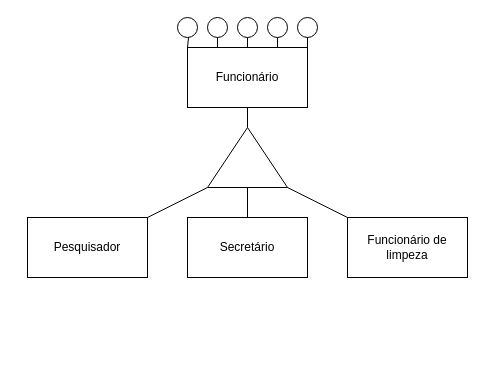
This is Lista4_18-04/Ex2.drawio from andreeeeeeeee/Engenharia_Software, a draw.io file, before an edit. Source tidied: cells renumbered, new cells numbered last; positions are measured from the earlier drawing's top-left corner, leaving out a move shared by most shapes. Both pictures are drawn from the tidied source at 100%, with x=0, y=0 at pixel (27, 17).
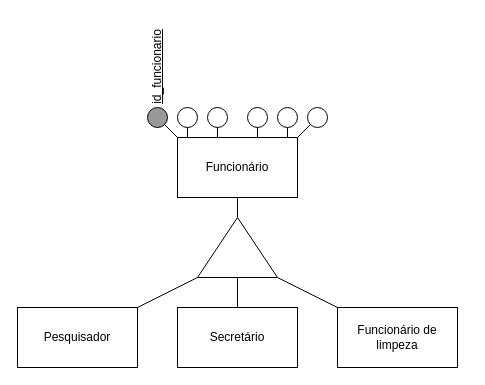
After the change.

Change to the diagram source:
```diff
@@
     <mxCell id="2" value="Funcionário" style="rounded=0;whiteSpace=wrap;html=1;" parent="1" vertex="1">
-      <mxGeometry x="160" y="30" width="120" height="60" as="geometry" />
+      <mxGeometry x="150" y="120" width="120" height="60" as="geometry" />
     </mxCell>
     <mxCell id="3" style="triangle;whiteSpace=wrap;html=1;rotation=-90;" parent="1" vertex="1">
-      <mxGeometry x="190" y="100" width="60" height="80" as="geometry" />
+      <mxGeometry x="180" y="190" width="60" height="80" as="geometry" />
     </mxCell>
@@
     <mxCell id="5" value="Pesquisador" style="rounded=0;whiteSpace=wrap;html=1;" parent="1" vertex="1">
-      <mxGeometry y="200" width="120" height="60" as="geometry" />
+      <mxGeometry x="-10" y="290" width="120" height="60" as="geometry" />
     </mxCell>
     <mxCell id="6" value="Secretário" style="rounded=0;whiteSpace=wrap;html=1;" parent="1" vertex="1">
-      <mxGeometry x="160" y="200" width="120" height="60" as="geometry" />
+      <mxGeometry x="150" y="290" width="120" height="60" as="geometry" />
     </mxCell>
     <mxCell id="7" value="Funcionário de limpeza" style="rounded=0;whiteSpace=wrap;html=1;" parent="1" vertex="1">
-      <mxGeometry x="320" y="200" width="120" height="60" as="geometry" />
+      <mxGeometry x="310" y="290" width="120" height="60" as="geometry" />
     </mxCell>
@@
-    <mxCell id="11" style="ellipse;whiteSpace=wrap;html=1;" parent="1" vertex="1">
-      <mxGeometry x="150" width="20" height="20" as="geometry" />
+    <mxCell id="11" style="ellipse;whiteSpace=wrap;html=1;fillColor=#999999;" parent="1" vertex="1">
+      <mxGeometry x="120" y="90" width="20" height="20" as="geometry" />
     </mxCell>
     <mxCell id="12" style="ellipse;whiteSpace=wrap;html=1;" parent="1" vertex="1">
-      <mxGeometry x="270" width="20" height="20" as="geometry" />
+      <mxGeometry x="250" y="90" width="20" height="20" as="geometry" />
     </mxCell>
     <mxCell id="13" style="ellipse;whiteSpace=wrap;html=1;" parent="1" vertex="1">
-      <mxGeometry x="210" width="20" height="20" as="geometry" />
+      <mxGeometry x="180" y="90" width="20" height="20" as="geometry" />
     </mxCell>
     <mxCell id="14" style="ellipse;whiteSpace=wrap;html=1;" parent="1" vertex="1">
-      <mxGeometry x="180" width="20" height="20" as="geometry" />
+      <mxGeometry x="150" y="90" width="20" height="20" as="geometry" />
     </mxCell>
     <mxCell id="15" style="ellipse;whiteSpace=wrap;html=1;" parent="1" vertex="1">
-      <mxGeometry x="240" width="20" height="20" as="geometry" />
+      <mxGeometry x="220" y="90" width="20" height="20" as="geometry" />
     </mxCell>
@@
-    <mxCell id="17" style="endArrow=none;html=1;rounded=0;exitX=0.25;exitY=0;exitDx=0;exitDy=0;" parent="1" edge="1" source="2" target="14">
+    <mxCell id="17" style="endArrow=none;html=1;rounded=0;exitX=0.083;exitY=0;exitDx=0;exitDy=0;exitPerimeter=0;" parent="1" edge="1" source="2" target="14">
       <mxGeometry relative="1" as="geometry" />
     </mxCell>
-    <mxCell id="18" style="endArrow=none;html=1;rounded=0;entryX=1;entryY=0;entryDx=0;entryDy=0;" parent="1" edge="1" source="12" target="2">
+    <mxCell id="18" style="endArrow=none;html=1;rounded=0;entryX=0.917;entryY=0;entryDx=0;entryDy=0;entryPerimeter=0;" parent="1" edge="1" source="12" target="2">
       <mxGeometry relative="1" as="geometry" />
     </mxCell>
-    <mxCell id="19" style="endArrow=none;html=1;rounded=0;exitX=0.75;exitY=0;exitDx=0;exitDy=0;" parent="1" edge="1" source="2" target="15">
+    <mxCell id="19" style="endArrow=none;html=1;rounded=0;exitX=0.667;exitY=0;exitDx=0;exitDy=0;exitPerimeter=0;" parent="1" edge="1" source="2" target="15">
       <mxGeometry relative="1" as="geometry" />
     </mxCell>
-    <mxCell id="20" style="endArrow=none;html=1;rounded=0;" parent="1" edge="1" source="2" target="13">
+    <mxCell id="20" style="endArrow=none;html=1;rounded=0;exitX=0.333;exitY=0;exitDx=0;exitDy=0;exitPerimeter=0;" parent="1" edge="1" source="2" target="13">
       <mxGeometry relative="1" as="geometry" />
     </mxCell>
+    <mxCell id="21" value="&lt;u&gt;id_funcionario&lt;/u&gt;" style="text;html=1;align=center;verticalAlign=middle;strokeColor=none;fillColor=none;rotation=-90;" parent="1" vertex="1">
+      <mxGeometry x="85" y="40" width="90" height="20" as="geometry" />
+    </mxCell>
+    <mxCell id="22" style="ellipse;whiteSpace=wrap;html=1;" parent="1" vertex="1">
+      <mxGeometry x="280" y="90" width="20" height="20" as="geometry" />
+    </mxCell>
+    <mxCell id="23" style="endArrow=none;html=1;rounded=0;exitX=1;exitY=0;exitDx=0;exitDy=0;" parent="1" edge="1" source="2" target="22">
+      <mxGeometry relative="1" as="geometry" />
+    </mxCell>
```
